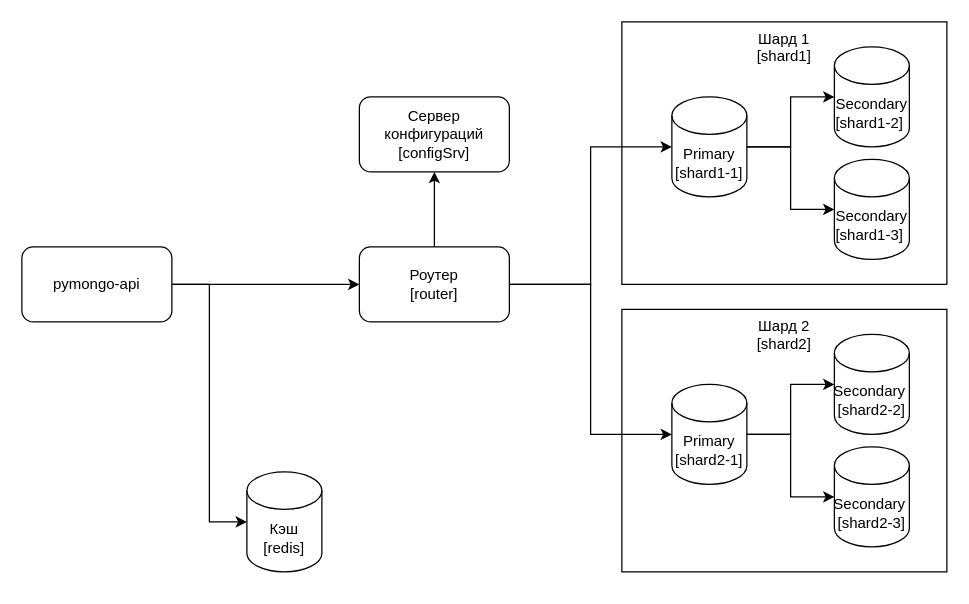
This is page "Кэширование" (4 of 6) of task1.drawio from AIPronin/architecture-sprint-2, a draw.io file, before an edit. Source tidied: cells renumbered, new cells numbered last; positions are measured from the earlier drawing's top-left corner, leaving out a move shared by most shapes. Both pictures are drawn from the tidied source at 125%, with x=0, y=0 at pixel (21, 21).
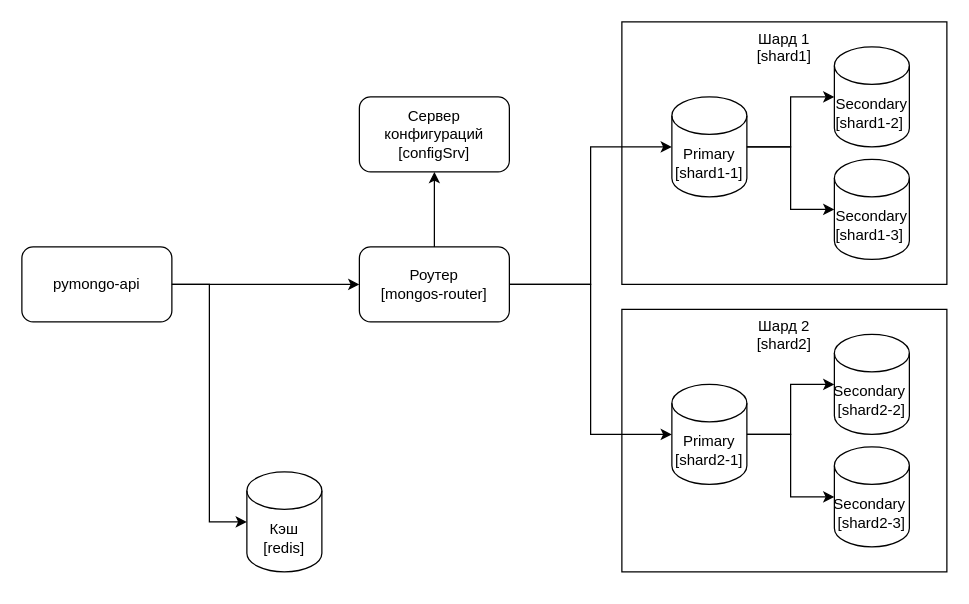
The same diagram, later.

Change to the diagram source:
```diff
@@
-    <mxCell id="11" value="Роутер&lt;div&gt;[router]&lt;/div&gt;" style="rounded=1;whiteSpace=wrap;html=1;" parent="1" vertex="1">
+    <mxCell id="11" value="Роутер&lt;div&gt;[mongos-router]&lt;/div&gt;" style="rounded=1;whiteSpace=wrap;html=1;" parent="1" vertex="1">
       <mxGeometry x="270" y="180" width="120" height="60" as="geometry" />
     </mxCell>
```
